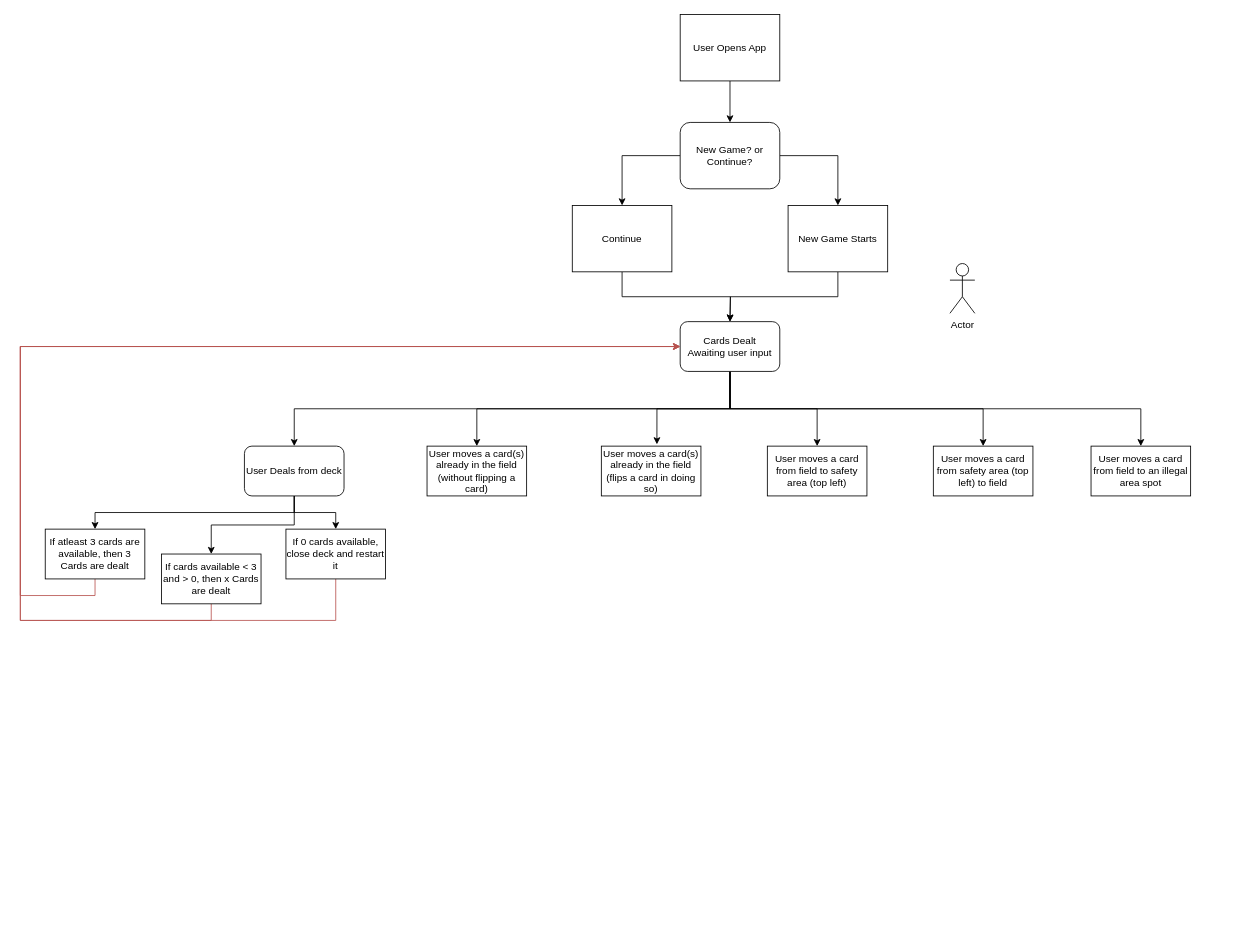
This is Untitled Diagram.drawio from raul0422/Solitaire, a draw.io file, before an edit. Source tidied: cells renumbered, new cells numbered last; positions are measured from the earlier drawing's top-left corner, leaving out a move shared by most shapes. Both pictures are drawn from the tidied source at 83%, with x=0, y=0 at pixel (20, 14).
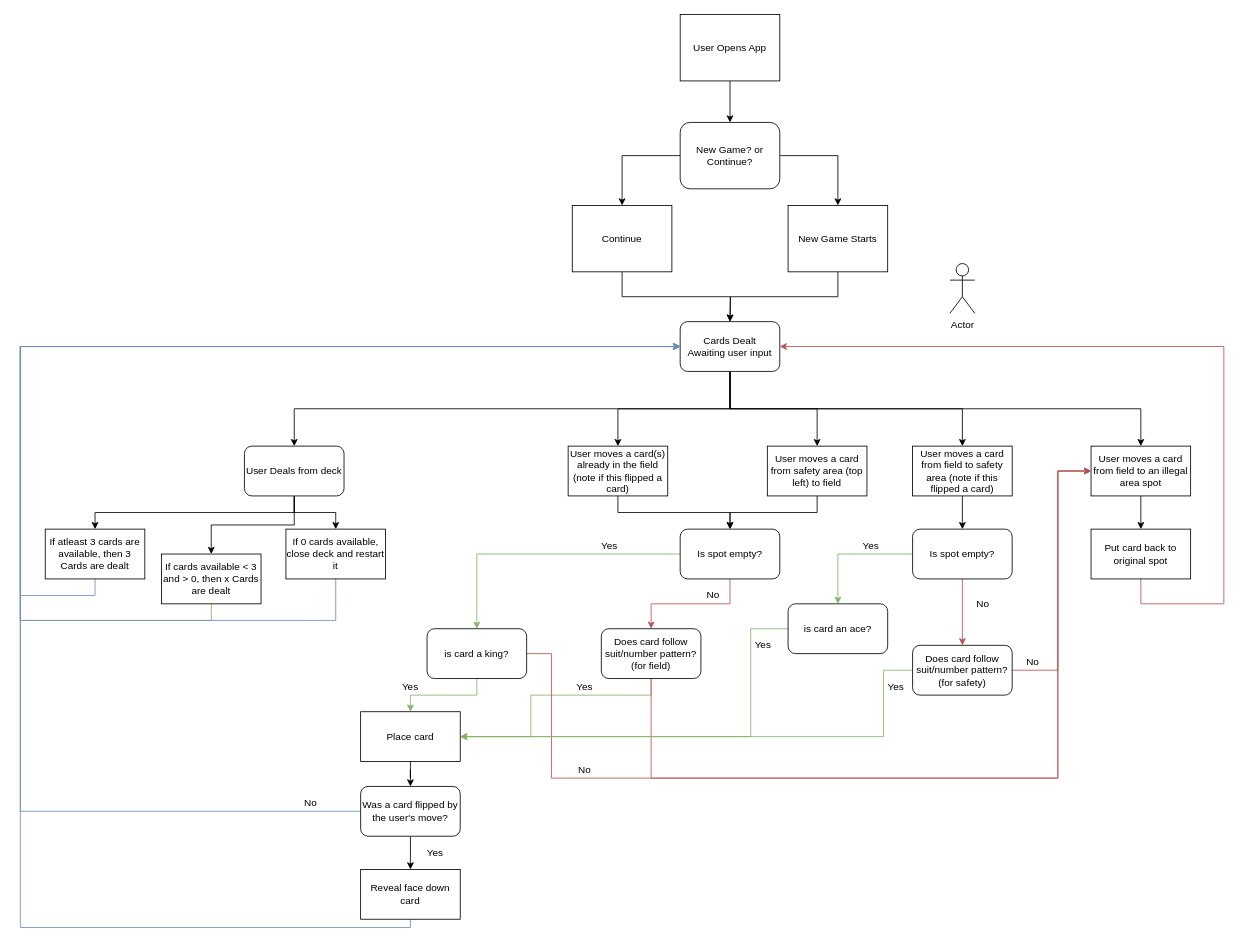
After the change.

The change refers to these unchanged cells:
```xml
<mxCell id="18" value="Cards Dealt&lt;br&gt;Awaiting user input" style="rounded=1;whiteSpace=wrap;html=1;" parent="1" vertex="1">
  <mxGeometry x="795" y="370" width="120" height="60" as="geometry" />
</mxCell>
<mxCell id="27" value="User moves a card from field to an illegal area spot" style="rounded=0;whiteSpace=wrap;html=1;" parent="1" vertex="1">
  <mxGeometry x="1290" y="520" width="120" height="60" as="geometry" />
</mxCell>
<mxCell id="29" value="If atleast 3 cards are available, then 3 Cards are dealt" style="rounded=0;whiteSpace=wrap;html=1;" parent="1" vertex="1">
  <mxGeometry x="30" y="620" width="120" height="60" as="geometry" />
</mxCell>
<mxCell id="31" value="If cards available &amp;lt; 3 and &amp;gt; 0, then x Cards are dealt" style="rounded=0;whiteSpace=wrap;html=1;" parent="1" vertex="1">
  <mxGeometry x="170" y="650" width="120" height="60" as="geometry" />
</mxCell>
<mxCell id="33" value="If 0 cards available, close deck and restart it" style="rounded=0;whiteSpace=wrap;html=1;" parent="1" vertex="1">
  <mxGeometry x="320" y="620" width="120" height="60" as="geometry" />
</mxCell>
```

Diff of the diagram source:
```diff
@@
-    <mxCell id="12" style="edgeStyle=orthogonalEdgeStyle;rounded=0;jettySize=auto;html=1;entryX=0.558;entryY=-0.036;entryDx=0;entryDy=0;entryPerimeter=0;" parent="1" edge="1" source="18" target="25">
-      <mxGeometry relative="1" as="geometry" />
-    </mxCell>
-    <mxCell id="13" style="edgeStyle=orthogonalEdgeStyle;rounded=0;jettySize=auto;html=1;entryX=0.5;entryY=0;entryDx=0;entryDy=0;" parent="1" edge="1" source="18" target="24">
-      <mxGeometry relative="1" as="geometry" />
-    </mxCell>
@@
+    <mxCell id="13" style="edgeStyle=orthogonalEdgeStyle;rounded=0;jettySize=auto;html=1;entryX=0.5;entryY=0;entryDx=0;entryDy=0;exitX=0.5;exitY=1;exitDx=0;exitDy=0;" parent="1" edge="1" source="18" target="24">
+      <mxGeometry relative="1" as="geometry" />
+    </mxCell>
@@
+    <mxCell id="34" style="edgeStyle=orthogonalEdgeStyle;rounded=0;jettySize=auto;html=1;exitX=0.5;exitY=1;exitDx=0;exitDy=0;" parent="1" edge="1" source="23" target="42">
+      <mxGeometry relative="1" as="geometry" />
+    </mxCell>
-    <mxCell id="23" value="User moves a card(s) already in the field&lt;br&gt;(without flipping a card)" style="rounded=0;whiteSpace=wrap;html=1;" parent="1" vertex="1">
-      <mxGeometry x="490" y="520" width="120" height="60" as="geometry" />
+    <mxCell id="23" value="User moves a card(s) already in the field&lt;br&gt;(note if this flipped a card)" style="rounded=0;whiteSpace=wrap;html=1;" parent="1" vertex="1">
+      <mxGeometry x="660" y="520" width="120" height="60" as="geometry" />
     </mxCell>
+    <mxCell id="35" style="edgeStyle=orthogonalEdgeStyle;rounded=0;jettySize=auto;html=1;" parent="1" edge="1" source="24" target="65">
+      <mxGeometry relative="1" as="geometry" />
+    </mxCell>
-    <mxCell id="24" value="User moves a card from field to safety area (top left)" style="rounded=0;whiteSpace=wrap;html=1;" parent="1" vertex="1">
-      <mxGeometry x="900" y="520" width="120" height="60" as="geometry" />
+    <mxCell id="24" value="User moves a card from field to safety area (note if this flipped a card)" style="rounded=0;whiteSpace=wrap;html=1;" parent="1" vertex="1">
+      <mxGeometry x="1075" y="520" width="120" height="60" as="geometry" />
     </mxCell>
-    <mxCell id="25" value="User moves a card(s) already in the field&lt;br&gt;(flips a card in doing so)" style="rounded=0;whiteSpace=wrap;html=1;" parent="1" vertex="1">
-      <mxGeometry x="700" y="520" width="120" height="60" as="geometry" />
-    </mxCell>
+    <mxCell id="36" style="edgeStyle=orthogonalEdgeStyle;rounded=0;jettySize=auto;html=1;entryX=0.5;entryY=0;entryDx=0;entryDy=0;" parent="1" edge="1" source="26" target="42">
+      <mxGeometry relative="1" as="geometry" />
+    </mxCell>
     <mxCell id="26" value="User moves a card from safety area (top left) to field" style="rounded=0;whiteSpace=wrap;html=1;" parent="1" vertex="1">
-      <mxGeometry x="1100" y="520" width="120" height="60" as="geometry" />
+      <mxGeometry x="900" y="520" width="120" height="60" as="geometry" />
     </mxCell>
+    <mxCell id="37" style="edgeStyle=orthogonalEdgeStyle;rounded=0;jettySize=auto;html=1;" parent="1" edge="1" source="27" target="39">
+      <mxGeometry relative="1" as="geometry" />
+    </mxCell>
@@
-    <mxCell id="28" style="edgeStyle=orthogonalEdgeStyle;rounded=0;jettySize=auto;html=1;entryX=0;entryY=0.5;entryDx=0;entryDy=0;exitX=0.5;exitY=1;exitDx=0;exitDy=0;fillColor=#f8cecc;strokeColor=#b85450;" parent="1" edge="1" source="29" target="18">
+    <mxCell id="28" style="edgeStyle=orthogonalEdgeStyle;rounded=0;jettySize=auto;html=1;entryX=0;entryY=0.5;entryDx=0;entryDy=0;exitX=0.5;exitY=1;exitDx=0;exitDy=0;fillColor=#dae8fc;strokeColor=#6c8ebf;" parent="1" edge="1" source="29" target="18">
       <mxGeometry relative="1" as="geometry">
         <Array as="points">
           <mxPoint x="90" y="700" />
           <mxPoint y="700" />
           <mxPoint y="400" />
         </Array>
       </mxGeometry>
     </mxCell>
@@
-    <mxCell id="30" style="edgeStyle=orthogonalEdgeStyle;rounded=0;jettySize=auto;html=1;entryX=0;entryY=0.5;entryDx=0;entryDy=0;exitX=0.5;exitY=1;exitDx=0;exitDy=0;fillColor=#f8cecc;strokeColor=#b85450;" parent="1" edge="1" source="31" target="18">
+    <mxCell id="30" style="edgeStyle=orthogonalEdgeStyle;rounded=0;jettySize=auto;html=1;entryX=0;entryY=0.5;entryDx=0;entryDy=0;exitX=0.5;exitY=1;exitDx=0;exitDy=0;fillColor=#d5e8d4;strokeColor=#82b366;" parent="1" edge="1" source="31" target="18">
       <mxGeometry relative="1" as="geometry">
         <Array as="points">
           <mxPoint x="230" y="730" />
           <mxPoint y="730" />
           <mxPoint y="400" />
         </Array>
       </mxGeometry>
     </mxCell>
@@
-    <mxCell id="32" style="edgeStyle=orthogonalEdgeStyle;rounded=0;jettySize=auto;html=1;entryX=0;entryY=0.5;entryDx=0;entryDy=0;exitX=0.5;exitY=1;exitDx=0;exitDy=0;fillColor=#f8cecc;strokeColor=#b85450;" parent="1" edge="1" source="33" target="18">
+    <mxCell id="32" style="edgeStyle=orthogonalEdgeStyle;rounded=0;jettySize=auto;html=1;entryX=0;entryY=0.5;entryDx=0;entryDy=0;exitX=0.5;exitY=1;exitDx=0;exitDy=0;fillColor=#dae8fc;strokeColor=#6c8ebf;" parent="1" edge="1" source="33" target="18">
       <mxGeometry relative="1" as="geometry">
         <Array as="points">
           <mxPoint x="380" y="730" />
           <mxPoint y="730" />
           <mxPoint y="400" />
         </Array>
       </mxGeometry>
     </mxCell>
@@
+    <mxCell id="38" style="edgeStyle=orthogonalEdgeStyle;rounded=0;jettySize=auto;html=1;entryX=1;entryY=0.5;entryDx=0;entryDy=0;exitX=0.5;exitY=1;exitDx=0;exitDy=0;fillColor=#f8cecc;strokeColor=#b85450;" parent="1" edge="1" source="39" target="18">
+      <mxGeometry relative="1" as="geometry">
+        <Array as="points">
+          <mxPoint x="1350" y="710" />
+          <mxPoint x="1450" y="710" />
+          <mxPoint x="1450" y="400" />
+        </Array>
+      </mxGeometry>
+    </mxCell>
+    <mxCell id="39" value="Put card back to original spot" style="rounded=0;whiteSpace=wrap;html=1;" parent="1" vertex="1">
+      <mxGeometry x="1290" y="620" width="120" height="60" as="geometry" />
+    </mxCell>
+    <mxCell id="40" style="edgeStyle=orthogonalEdgeStyle;rounded=0;jettySize=auto;html=1;exitX=0;exitY=0.5;exitDx=0;exitDy=0;fillColor=#d5e8d4;strokeColor=#82b366;" parent="1" edge="1" source="42" target="48">
+      <mxGeometry relative="1" as="geometry" />
+    </mxCell>
+    <mxCell id="41" style="edgeStyle=orthogonalEdgeStyle;rounded=0;jettySize=auto;html=1;exitX=0.5;exitY=1;exitDx=0;exitDy=0;entryX=0.5;entryY=0;entryDx=0;entryDy=0;fillColor=#f8cecc;strokeColor=#b85450;" parent="1" edge="1" source="42" target="45">
+      <mxGeometry relative="1" as="geometry" />
+    </mxCell>
+    <mxCell id="42" value="Is spot empty?" style="rounded=1;whiteSpace=wrap;html=1;" parent="1" vertex="1">
+      <mxGeometry x="795" y="620" width="120" height="60" as="geometry" />
+    </mxCell>
+    <mxCell id="43" style="edgeStyle=orthogonalEdgeStyle;rounded=0;jettySize=auto;html=1;entryX=1;entryY=0.5;entryDx=0;entryDy=0;fillColor=#d5e8d4;strokeColor=#82b366;" parent="1" edge="1" source="45" target="54">
+      <mxGeometry relative="1" as="geometry">
+        <Array as="points">
+          <mxPoint x="760" y="820" />
+          <mxPoint x="615" y="820" />
+          <mxPoint x="615" y="870" />
+        </Array>
+      </mxGeometry>
+    </mxCell>
+    <mxCell id="44" style="edgeStyle=orthogonalEdgeStyle;rounded=0;jettySize=auto;html=1;entryX=0;entryY=0.5;entryDx=0;entryDy=0;fillColor=#f8cecc;strokeColor=#b85450;" parent="1" edge="1" source="45" target="27">
+      <mxGeometry relative="1" as="geometry">
+        <Array as="points">
+          <mxPoint x="760" y="920" />
+          <mxPoint x="1250" y="920" />
+          <mxPoint x="1250" y="550" />
+        </Array>
+      </mxGeometry>
+    </mxCell>
+    <mxCell id="45" value="Does card follow suit/number pattern? (for field)" style="rounded=1;whiteSpace=wrap;html=1;" parent="1" vertex="1">
+      <mxGeometry x="700" y="740" width="120" height="60" as="geometry" />
+    </mxCell>
+    <mxCell id="46" style="edgeStyle=orthogonalEdgeStyle;rounded=0;jettySize=auto;html=1;entryX=0;entryY=0.5;entryDx=0;entryDy=0;fillColor=#f8cecc;strokeColor=#b85450;exitX=1;exitY=0.5;exitDx=0;exitDy=0;" parent="1" edge="1" source="48" target="27">
+      <mxGeometry relative="1" as="geometry">
+        <Array as="points">
+          <mxPoint x="640" y="770" />
+          <mxPoint x="640" y="920" />
+          <mxPoint x="1250" y="920" />
+          <mxPoint x="1250" y="550" />
+        </Array>
+      </mxGeometry>
+    </mxCell>
+    <mxCell id="47" style="edgeStyle=orthogonalEdgeStyle;rounded=0;jettySize=auto;html=1;entryX=0.5;entryY=0;entryDx=0;entryDy=0;fillColor=#d5e8d4;strokeColor=#82b366;" parent="1" edge="1" source="48" target="54">
+      <mxGeometry relative="1" as="geometry" />
+    </mxCell>
+    <mxCell id="48" value="is card a king?" style="rounded=1;whiteSpace=wrap;html=1;" parent="1" vertex="1">
+      <mxGeometry x="490" y="740" width="120" height="60" as="geometry" />
+    </mxCell>
+    <mxCell id="49" value="Yes" style="text;html=1;strokeColor=none;fillColor=none;align=center;verticalAlign=middle;whiteSpace=wrap;rounded=0;" parent="1" vertex="1">
+      <mxGeometry x="690" y="630" width="40" height="20" as="geometry" />
+    </mxCell>
+    <mxCell id="50" value="No" style="text;html=1;strokeColor=none;fillColor=none;align=center;verticalAlign=middle;whiteSpace=wrap;rounded=0;" parent="1" vertex="1">
+      <mxGeometry x="815" y="690" width="40" height="20" as="geometry" />
+    </mxCell>
+    <mxCell id="51" value="Yes" style="text;html=1;strokeColor=none;fillColor=none;align=center;verticalAlign=middle;whiteSpace=wrap;rounded=0;" parent="1" vertex="1">
+      <mxGeometry x="450" y="800" width="40" height="20" as="geometry" />
+    </mxCell>
+    <mxCell id="52" value="No" style="text;html=1;strokeColor=none;fillColor=none;align=center;verticalAlign=middle;whiteSpace=wrap;rounded=0;" parent="1" vertex="1">
+      <mxGeometry x="660" y="900" width="40" height="20" as="geometry" />
+    </mxCell>
+    <mxCell id="53" style="edgeStyle=orthogonalEdgeStyle;rounded=0;jettySize=auto;html=1;" parent="1" edge="1" source="54" target="58">
+      <mxGeometry relative="1" as="geometry" />
+    </mxCell>
+    <mxCell id="54" value="Place card" style="rounded=0;whiteSpace=wrap;html=1;" parent="1" vertex="1">
+      <mxGeometry x="410" y="840" width="120" height="60" as="geometry" />
+    </mxCell>
+    <mxCell id="55" value="Yes" style="text;html=1;strokeColor=none;fillColor=none;align=center;verticalAlign=middle;whiteSpace=wrap;rounded=0;" parent="1" vertex="1">
+      <mxGeometry x="660" y="800" width="40" height="20" as="geometry" />
+    </mxCell>
+    <mxCell id="56" style="edgeStyle=orthogonalEdgeStyle;rounded=0;jettySize=auto;html=1;exitX=0;exitY=0.5;exitDx=0;exitDy=0;entryX=0;entryY=0.5;entryDx=0;entryDy=0;fillColor=#dae8fc;strokeColor=#6c8ebf;" parent="1" edge="1" source="58" target="18">
+      <mxGeometry relative="1" as="geometry">
+        <Array as="points">
+          <mxPoint y="960" />
+          <mxPoint y="400" />
+        </Array>
+      </mxGeometry>
+    </mxCell>
+    <mxCell id="57" style="edgeStyle=orthogonalEdgeStyle;rounded=0;jettySize=auto;html=1;" parent="1" edge="1" source="58" target="61">
+      <mxGeometry relative="1" as="geometry" />
+    </mxCell>
+    <mxCell id="58" value="Was a card flipped by the user's move?" style="whiteSpace=wrap;html=1;rounded=1;" parent="1" vertex="1">
+      <mxGeometry x="410" y="930" width="120" height="60" as="geometry" />
+    </mxCell>
+    <mxCell id="59" value="No" style="text;html=1;strokeColor=none;fillColor=none;align=center;verticalAlign=middle;whiteSpace=wrap;rounded=0;" parent="1" vertex="1">
+      <mxGeometry x="330" y="940" width="40" height="20" as="geometry" />
+    </mxCell>
+    <mxCell id="60" style="edgeStyle=orthogonalEdgeStyle;rounded=0;jettySize=auto;html=1;entryX=0;entryY=0.5;entryDx=0;entryDy=0;fillColor=#dae8fc;strokeColor=#6c8ebf;" parent="1" edge="1" source="61" target="18">
+      <mxGeometry relative="1" as="geometry">
+        <Array as="points">
+          <mxPoint y="1100" />
+          <mxPoint y="400" />
+        </Array>
+      </mxGeometry>
+    </mxCell>
+    <mxCell id="61" value="Reveal face down card" style="whiteSpace=wrap;html=1;rounded=0;" parent="1" vertex="1">
+      <mxGeometry x="410" y="1030" width="120" height="60" as="geometry" />
+    </mxCell>
+    <mxCell id="62" value="Yes" style="text;html=1;strokeColor=none;fillColor=none;align=center;verticalAlign=middle;whiteSpace=wrap;rounded=0;" parent="1" vertex="1">
+      <mxGeometry x="480" y="1000" width="40" height="20" as="geometry" />
+    </mxCell>
+    <mxCell id="63" style="edgeStyle=orthogonalEdgeStyle;rounded=0;jettySize=auto;html=1;entryX=0.5;entryY=0;entryDx=0;entryDy=0;fillColor=#d5e8d4;strokeColor=#82b366;" parent="1" edge="1" source="65" target="67">
+      <mxGeometry relative="1" as="geometry" />
+    </mxCell>
+    <mxCell id="64" style="edgeStyle=orthogonalEdgeStyle;rounded=0;jettySize=auto;html=1;entryX=0.5;entryY=0;entryDx=0;entryDy=0;fillColor=#f8cecc;strokeColor=#b85450;" parent="1" edge="1" source="65" target="71">
+      <mxGeometry relative="1" as="geometry" />
+    </mxCell>
+    <mxCell id="65" value="Is spot empty?" style="whiteSpace=wrap;html=1;rounded=1;" parent="1" vertex="1">
+      <mxGeometry x="1075" y="620" width="120" height="60" as="geometry" />
+    </mxCell>
+    <mxCell id="66" style="edgeStyle=orthogonalEdgeStyle;rounded=0;jettySize=auto;html=1;entryX=1;entryY=0.5;entryDx=0;entryDy=0;fillColor=#d5e8d4;strokeColor=#82b366;exitX=0;exitY=0.5;exitDx=0;exitDy=0;" parent="1" edge="1" source="67" target="54">
+      <mxGeometry relative="1" as="geometry">
+        <Array as="points">
+          <mxPoint x="880" y="740" />
+          <mxPoint x="880" y="870" />
+        </Array>
+      </mxGeometry>
+    </mxCell>
+    <mxCell id="67" value="is card an ace?" style="rounded=1;whiteSpace=wrap;html=1;" parent="1" vertex="1">
+      <mxGeometry x="925" y="710" width="120" height="60" as="geometry" />
+    </mxCell>
+    <mxCell id="68" value="Yes" style="text;html=1;strokeColor=none;fillColor=none;align=center;verticalAlign=middle;whiteSpace=wrap;rounded=0;" parent="1" vertex="1">
+      <mxGeometry x="1005" y="630" width="40" height="20" as="geometry" />
+    </mxCell>
+    <mxCell id="69" style="edgeStyle=orthogonalEdgeStyle;rounded=0;jettySize=auto;html=1;entryX=1;entryY=0.5;entryDx=0;entryDy=0;exitX=0;exitY=0.5;exitDx=0;exitDy=0;fillColor=#d5e8d4;strokeColor=#82b366;" parent="1" edge="1" source="71" target="54">
+      <mxGeometry relative="1" as="geometry">
+        <Array as="points">
+          <mxPoint x="1040" y="790" />
+          <mxPoint x="1040" y="870" />
+        </Array>
+      </mxGeometry>
+    </mxCell>
+    <mxCell id="70" style="edgeStyle=orthogonalEdgeStyle;rounded=0;jettySize=auto;html=1;entryX=0;entryY=0.5;entryDx=0;entryDy=0;fillColor=#f8cecc;strokeColor=#b85450;" parent="1" edge="1" source="71" target="27">
+      <mxGeometry relative="1" as="geometry">
+        <Array as="points">
+          <mxPoint x="1250" y="790" />
+          <mxPoint x="1250" y="550" />
+        </Array>
+      </mxGeometry>
+    </mxCell>
+    <mxCell id="71" value="Does card follow suit/number pattern? (for safety)" style="rounded=1;whiteSpace=wrap;html=1;" parent="1" vertex="1">
+      <mxGeometry x="1075" y="760" width="120" height="60" as="geometry" />
+    </mxCell>
+    <mxCell id="72" value="No" style="text;html=1;strokeColor=none;fillColor=none;align=center;verticalAlign=middle;whiteSpace=wrap;rounded=0;" parent="1" vertex="1">
+      <mxGeometry x="1140" y="700" width="40" height="20" as="geometry" />
+    </mxCell>
+    <mxCell id="73" value="Yes" style="text;html=1;strokeColor=none;fillColor=none;align=center;verticalAlign=middle;whiteSpace=wrap;rounded=0;" parent="1" vertex="1">
+      <mxGeometry x="875" y="750" width="40" height="20" as="geometry" />
+    </mxCell>
+    <mxCell id="74" value="Yes" style="text;html=1;strokeColor=none;fillColor=none;align=center;verticalAlign=middle;whiteSpace=wrap;rounded=0;" parent="1" vertex="1">
+      <mxGeometry x="1035" y="800" width="40" height="20" as="geometry" />
+    </mxCell>
+    <mxCell id="75" value="No" style="text;html=1;strokeColor=none;fillColor=none;align=center;verticalAlign=middle;whiteSpace=wrap;rounded=0;" parent="1" vertex="1">
+      <mxGeometry x="1200" y="770" width="40" height="20" as="geometry" />
+    </mxCell>
```
